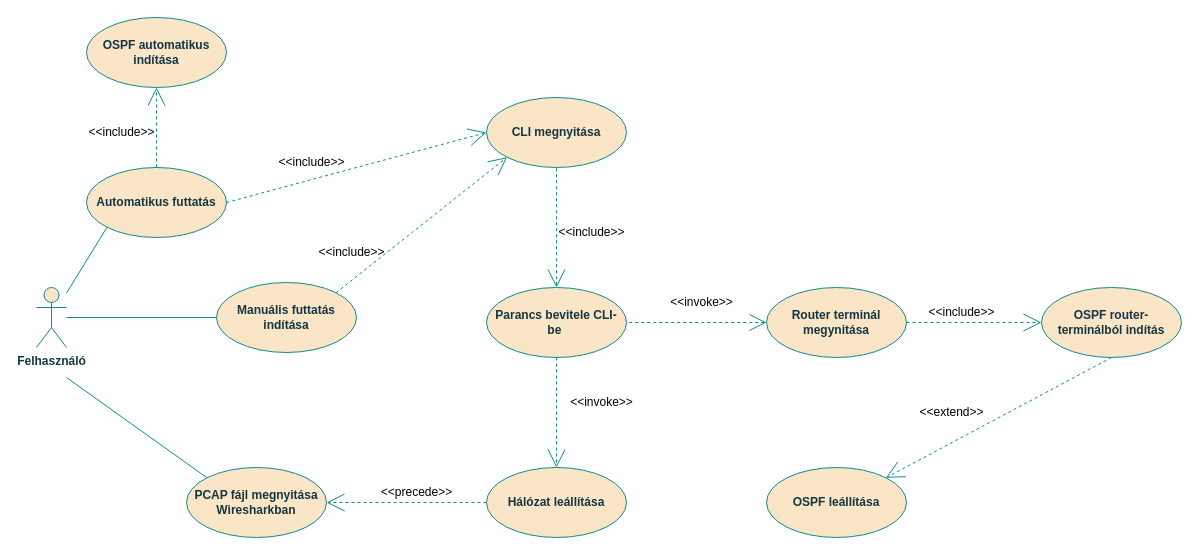
x3gan/thesis keeps this draw.io diagram as page "hasznalatieset_diagram" (2 of 12) of documentation/abrak.drawio. Above is the earlier version. Source tidied: cells renumbered, new cells numbered last; positions are measured from the earlier drawing's top-left corner, leaving out a move shared by most shapes. Both pictures are drawn from the tidied source at 100%, with x=0, y=0 at pixel (36, 17).
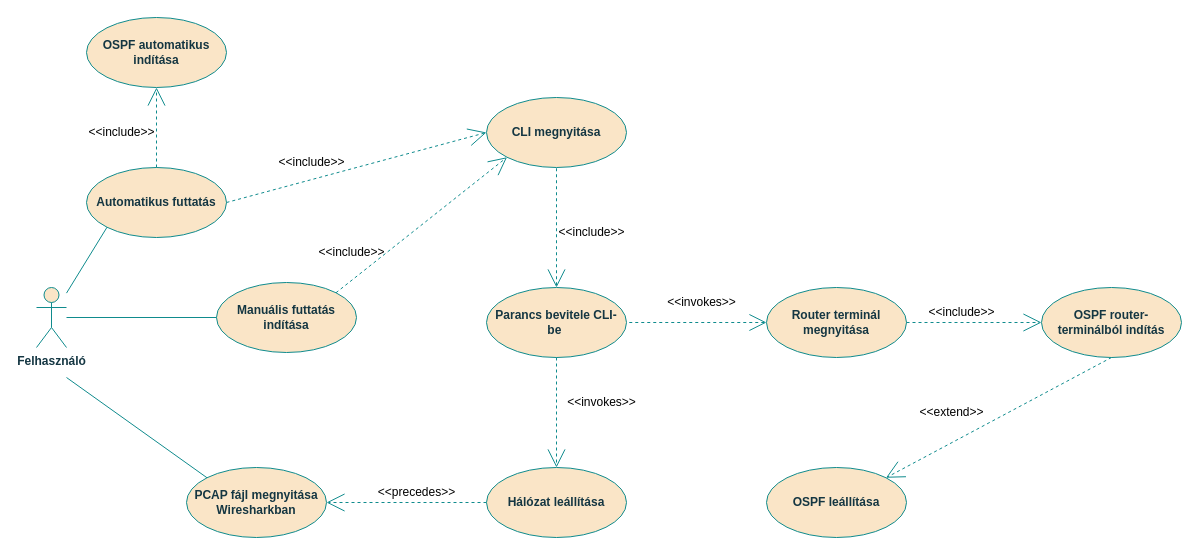
The same page after the edit.

The edit, as a diff of the source:
```diff
@@
-    <mxCell id="21" value="&amp;lt;&amp;lt;precede&amp;gt;&amp;gt;" style="text;html=1;align=center;verticalAlign=middle;strokeColor=none;fillColor=none;" parent="1" vertex="1">
-      <mxGeometry x="335" y="460" width="90" height="30" as="geometry" />
+    <mxCell id="21" value="&amp;lt;&amp;lt;precedes&amp;gt;&amp;gt;" style="text;html=1;align=center;verticalAlign=middle;strokeColor=none;fillColor=none;" parent="1" vertex="1">
+      <mxGeometry x="330" y="460" width="100" height="30" as="geometry" />
     </mxCell>
@@
-    <mxCell id="27" value="&amp;lt;&amp;lt;invoke&amp;gt;&amp;gt;" style="text;html=1;align=center;verticalAlign=middle;strokeColor=none;fillColor=none;" parent="1" vertex="1">
+    <mxCell id="27" value="&amp;lt;&amp;lt;invokes&amp;gt;&amp;gt;" style="text;html=1;align=center;verticalAlign=middle;strokeColor=none;fillColor=none;" parent="1" vertex="1">
       <mxGeometry x="620" y="270" width="90" height="30" as="geometry" />
     </mxCell>
-    <mxCell id="28" value="&amp;lt;&amp;lt;invoke&amp;gt;&amp;gt;" style="text;html=1;align=center;verticalAlign=middle;strokeColor=none;fillColor=none;" parent="1" vertex="1">
+    <mxCell id="28" value="&amp;lt;&amp;lt;invokes&amp;gt;&amp;gt;" style="text;html=1;align=center;verticalAlign=middle;strokeColor=none;fillColor=none;" parent="1" vertex="1">
       <mxGeometry x="520" y="370" width="90" height="30" as="geometry" />
     </mxCell>
@@
-    <mxCell id="31" value="Router terminál megynitása" style="ellipse;whiteSpace=wrap;html=1;rounded=0;strokeColor=#0F8B8D;align=center;verticalAlign=middle;fontFamily=Helvetica;fontSize=12;fontColor=#143642;fontStyle=1;labelBackgroundColor=none;horizontal=1;fillColor=#FAE5C7;" parent="1" vertex="1">
+    <mxCell id="31" value="Router terminál megnyitása" style="ellipse;whiteSpace=wrap;html=1;rounded=0;strokeColor=#0F8B8D;align=center;verticalAlign=middle;fontFamily=Helvetica;fontSize=12;fontColor=#143642;fontStyle=1;labelBackgroundColor=none;horizontal=1;fillColor=#FAE5C7;" parent="1" vertex="1">
       <mxGeometry x="730" y="270" width="140" height="70" as="geometry" />
     </mxCell>
```
